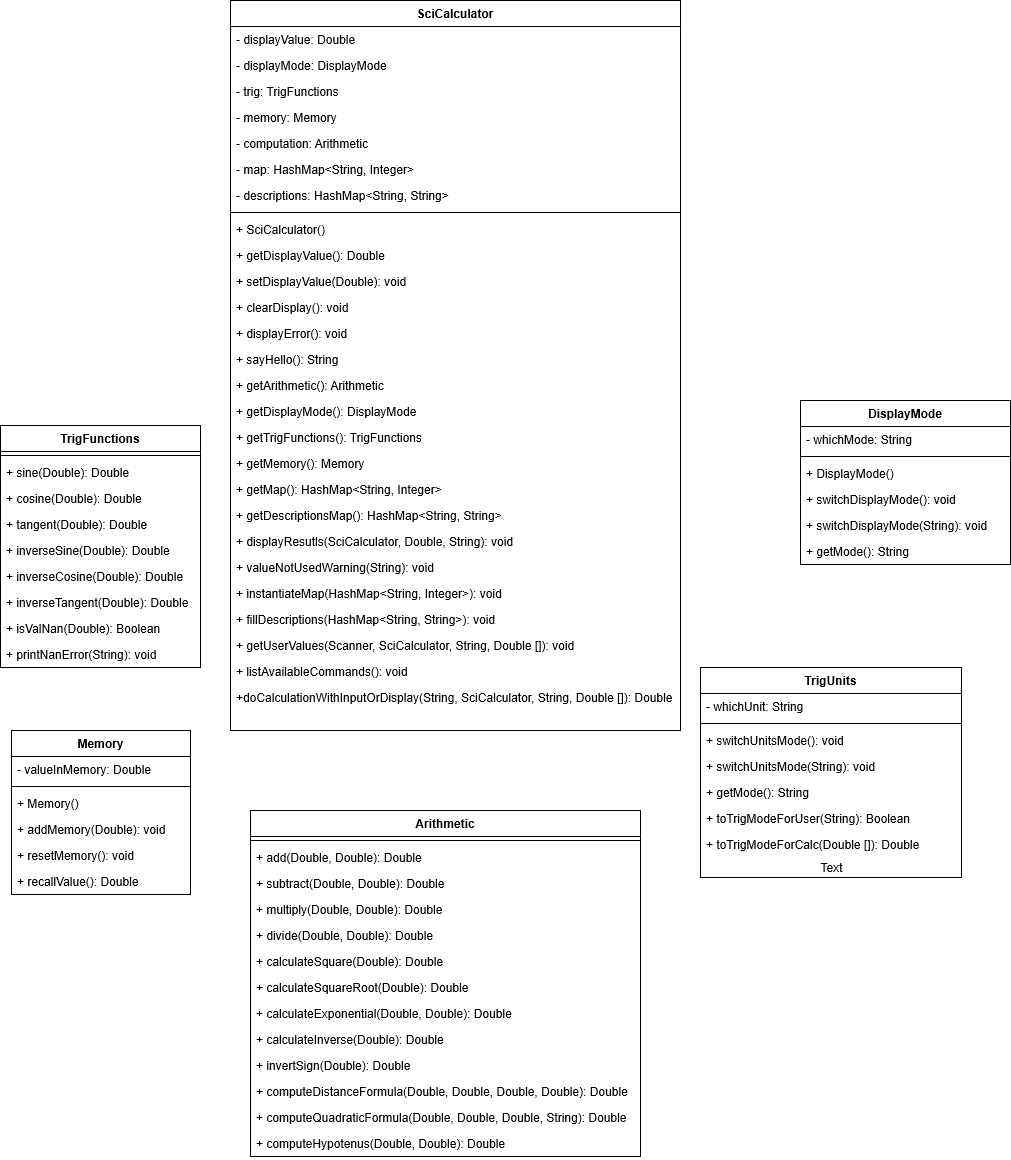
Earlier version of the draw.io export umls/SciCalculator.png (KaveeshaW/StayReadyLab02). Source tidied: cells renumbered, new cells last; positions are measured from the earlier drawing's top-left corner, leaving out a move shared by most shapes.
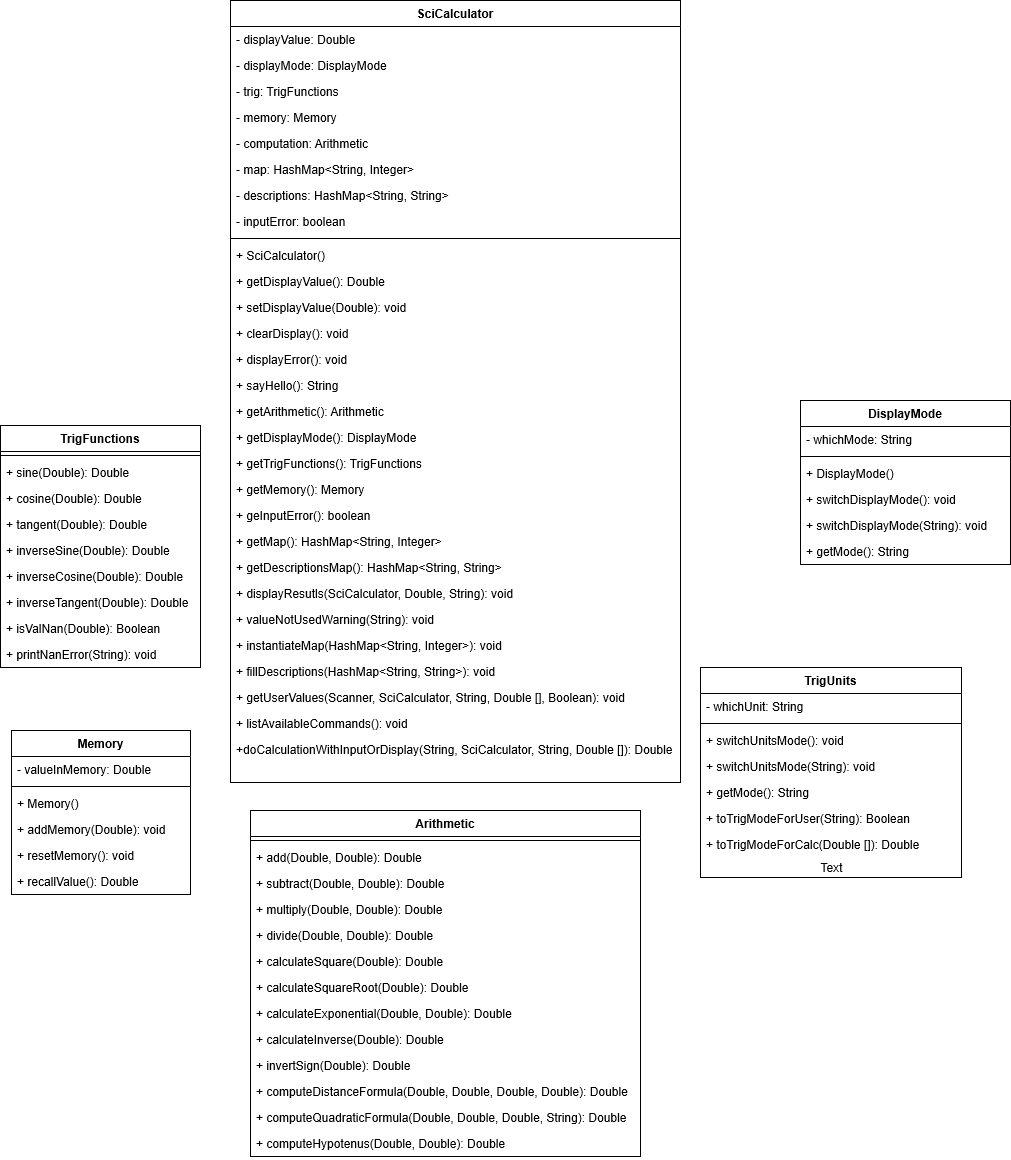
After the commit.

Commit message:
changed uml, added try catch to userInputted values (doubles), added tests for mutator methods

Diff of the diagram source:
```diff
@@ -3,7 +3,7 @@
     <mxCell id="0" />
     <mxCell id="1" parent="0" />
     <mxCell id="2" value="SciCalculator" style="swimlane;fontStyle=1;align=center;verticalAlign=top;horizontal=1;startSize=26;" parent="1" vertex="1">
-      <mxGeometry x="230" width="450" height="730" as="geometry" />
+      <mxGeometry x="230" width="450" height="782" as="geometry" />
     </mxCell>
     <mxCell id="3" value="- displayValue: Double" style="text;strokeColor=none;fillColor=none;align=left;verticalAlign=top;spacingLeft=4;spacingRight=4;overflow=hidden;" parent="2" vertex="1">
       <mxGeometry y="26" width="450" height="26" as="geometry" />
@@ -26,65 +26,71 @@
     <mxCell id="9" value="- descriptions: HashMap&lt;String, String&gt;" style="text;strokeColor=none;fillColor=none;align=left;verticalAlign=top;spacingLeft=4;spacingRight=4;overflow=hidden;" parent="2" vertex="1">
       <mxGeometry y="182" width="450" height="26" as="geometry" />
     </mxCell>
+    <mxCell id="77" value="- inputError: boolean" style="text;strokeColor=none;fillColor=none;align=left;verticalAlign=top;spacingLeft=4;spacingRight=4;overflow=hidden;" parent="2" vertex="1">
+      <mxGeometry y="208" width="450" height="26" as="geometry" />
+    </mxCell>
     <mxCell id="10" style="line;strokeWidth=1;fillColor=none;align=left;verticalAlign=middle;spacingTop=-1;spacingLeft=3;spacingRight=3;labelPosition=right;" parent="2" vertex="1">
-      <mxGeometry y="208" width="450" height="8" as="geometry" />
+      <mxGeometry y="234" width="450" height="8" as="geometry" />
     </mxCell>
     <mxCell id="11" value="+ SciCalculator()" style="text;strokeColor=none;fillColor=none;align=left;verticalAlign=top;spacingLeft=4;spacingRight=4;overflow=hidden;" parent="2" vertex="1">
-      <mxGeometry y="216" width="450" height="26" as="geometry" />
+      <mxGeometry y="242" width="450" height="26" as="geometry" />
     </mxCell>
     <mxCell id="12" value="+ getDisplayValue(): Double" style="text;strokeColor=none;fillColor=none;align=left;verticalAlign=top;spacingLeft=4;spacingRight=4;overflow=hidden;" parent="2" vertex="1">
-      <mxGeometry y="242" width="450" height="26" as="geometry" />
+      <mxGeometry y="268" width="450" height="26" as="geometry" />
     </mxCell>
     <mxCell id="13" value="+ setDisplayValue(Double): void" style="text;strokeColor=none;fillColor=none;align=left;verticalAlign=top;spacingLeft=4;spacingRight=4;overflow=hidden;" parent="2" vertex="1">
-      <mxGeometry y="268" width="450" height="26" as="geometry" />
+      <mxGeometry y="294" width="450" height="26" as="geometry" />
     </mxCell>
     <mxCell id="14" value="+ clearDisplay(): void" style="text;strokeColor=none;fillColor=none;align=left;verticalAlign=top;spacingLeft=4;spacingRight=4;overflow=hidden;" parent="2" vertex="1">
-      <mxGeometry y="294" width="450" height="26" as="geometry" />
+      <mxGeometry y="320" width="450" height="26" as="geometry" />
     </mxCell>
     <mxCell id="15" value="+ displayError(): void" style="text;strokeColor=none;fillColor=none;align=left;verticalAlign=top;spacingLeft=4;spacingRight=4;overflow=hidden;" parent="2" vertex="1">
-      <mxGeometry y="320" width="450" height="26" as="geometry" />
+      <mxGeometry y="346" width="450" height="26" as="geometry" />
     </mxCell>
     <mxCell id="16" value="+ sayHello(): String" style="text;strokeColor=none;fillColor=none;align=left;verticalAlign=top;spacingLeft=4;spacingRight=4;overflow=hidden;" parent="2" vertex="1">
-      <mxGeometry y="346" width="450" height="26" as="geometry" />
+      <mxGeometry y="372" width="450" height="26" as="geometry" />
     </mxCell>
     <mxCell id="17" value="+ getArithmetic(): Arithmetic" style="text;strokeColor=none;fillColor=none;align=left;verticalAlign=top;spacingLeft=4;spacingRight=4;overflow=hidden;" parent="2" vertex="1">
-      <mxGeometry y="372" width="450" height="26" as="geometry" />
+      <mxGeometry y="398" width="450" height="26" as="geometry" />
     </mxCell>
     <mxCell id="18" value="+ getDisplayMode(): DisplayMode" style="text;strokeColor=none;fillColor=none;align=left;verticalAlign=top;spacingLeft=4;spacingRight=4;overflow=hidden;" parent="2" vertex="1">
-      <mxGeometry y="398" width="450" height="26" as="geometry" />
+      <mxGeometry y="424" width="450" height="26" as="geometry" />
     </mxCell>
     <mxCell id="19" value="+ getTrigFunctions(): TrigFunctions" style="text;strokeColor=none;fillColor=none;align=left;verticalAlign=top;spacingLeft=4;spacingRight=4;overflow=hidden;" parent="2" vertex="1">
-      <mxGeometry y="424" width="450" height="26" as="geometry" />
+      <mxGeometry y="450" width="450" height="26" as="geometry" />
     </mxCell>
     <mxCell id="20" value="+ getMemory(): Memory" style="text;strokeColor=none;fillColor=none;align=left;verticalAlign=top;spacingLeft=4;spacingRight=4;overflow=hidden;" parent="2" vertex="1">
-      <mxGeometry y="450" width="450" height="26" as="geometry" />
+      <mxGeometry y="476" width="450" height="26" as="geometry" />
     </mxCell>
+    <mxCell id="78" value="+ geInputError(): boolean" style="text;strokeColor=none;fillColor=none;align=left;verticalAlign=top;spacingLeft=4;spacingRight=4;overflow=hidden;" parent="2" vertex="1">
+      <mxGeometry y="502" width="450" height="26" as="geometry" />
+    </mxCell>
     <mxCell id="21" value="+ getMap(): HashMap&lt;String, Integer&gt;" style="text;strokeColor=none;fillColor=none;align=left;verticalAlign=top;spacingLeft=4;spacingRight=4;overflow=hidden;" parent="2" vertex="1">
-      <mxGeometry y="476" width="450" height="26" as="geometry" />
+      <mxGeometry y="528" width="450" height="26" as="geometry" />
     </mxCell>
     <mxCell id="22" value="+ getDescriptionsMap(): HashMap&lt;String, String&gt;" style="text;strokeColor=none;fillColor=none;align=left;verticalAlign=top;spacingLeft=4;spacingRight=4;overflow=hidden;" parent="2" vertex="1">
-      <mxGeometry y="502" width="450" height="26" as="geometry" />
+      <mxGeometry y="554" width="450" height="26" as="geometry" />
     </mxCell>
     <mxCell id="23" value="+ displayResutls(SciCalculator, Double, String): void" style="text;strokeColor=none;fillColor=none;align=left;verticalAlign=top;spacingLeft=4;spacingRight=4;overflow=hidden;" parent="2" vertex="1">
-      <mxGeometry y="528" width="450" height="26" as="geometry" />
+      <mxGeometry y="580" width="450" height="26" as="geometry" />
     </mxCell>
     <mxCell id="24" value="+ valueNotUsedWarning(String): void" style="text;strokeColor=none;fillColor=none;align=left;verticalAlign=top;spacingLeft=4;spacingRight=4;overflow=hidden;" parent="2" vertex="1">
-      <mxGeometry y="554" width="450" height="26" as="geometry" />
+      <mxGeometry y="606" width="450" height="26" as="geometry" />
     </mxCell>
     <mxCell id="25" value="+ instantiateMap(HashMap&lt;String, Integer&gt;): void" style="text;strokeColor=none;fillColor=none;align=left;verticalAlign=top;spacingLeft=4;spacingRight=4;overflow=hidden;" parent="2" vertex="1">
-      <mxGeometry y="580" width="450" height="26" as="geometry" />
+      <mxGeometry y="632" width="450" height="26" as="geometry" />
     </mxCell>
     <mxCell id="26" value="+ fillDescriptions(HashMap&lt;String, String&gt;): void" style="text;strokeColor=none;fillColor=none;align=left;verticalAlign=top;spacingLeft=4;spacingRight=4;overflow=hidden;" parent="2" vertex="1">
-      <mxGeometry y="606" width="450" height="26" as="geometry" />
+      <mxGeometry y="658" width="450" height="26" as="geometry" />
     </mxCell>
-    <mxCell id="27" value="+ getUserValues(Scanner, SciCalculator, String, Double []): void" style="text;strokeColor=none;fillColor=none;align=left;verticalAlign=top;spacingLeft=4;spacingRight=4;overflow=hidden;" parent="2" vertex="1">
-      <mxGeometry y="632" width="450" height="26" as="geometry" />
+    <mxCell id="27" value="+ getUserValues(Scanner, SciCalculator, String, Double [], Boolean): void" style="text;strokeColor=none;fillColor=none;align=left;verticalAlign=top;spacingLeft=4;spacingRight=4;overflow=hidden;" parent="2" vertex="1">
+      <mxGeometry y="684" width="450" height="26" as="geometry" />
     </mxCell>
     <mxCell id="28" value="+ listAvailableCommands(): void" style="text;strokeColor=none;fillColor=none;align=left;verticalAlign=top;spacingLeft=4;spacingRight=4;overflow=hidden;" parent="2" vertex="1">
-      <mxGeometry y="658" width="450" height="26" as="geometry" />
+      <mxGeometry y="710" width="450" height="26" as="geometry" />
     </mxCell>
     <mxCell id="29" value="+doCalculationWithInputOrDisplay(String, SciCalculator, String, Double []): Double" style="text;strokeColor=none;fillColor=none;align=left;verticalAlign=top;spacingLeft=4;spacingRight=4;overflow=hidden;" parent="2" vertex="1">
-      <mxGeometry y="684" width="450" height="46" as="geometry" />
+      <mxGeometry y="736" width="450" height="46" as="geometry" />
     </mxCell>
     <mxCell id="30" value="Memory" style="swimlane;fontStyle=1;align=center;verticalAlign=top;horizontal=1;startSize=26;" parent="1" vertex="1">
       <mxGeometry x="11" y="730" width="179" height="164" as="geometry" />
```
